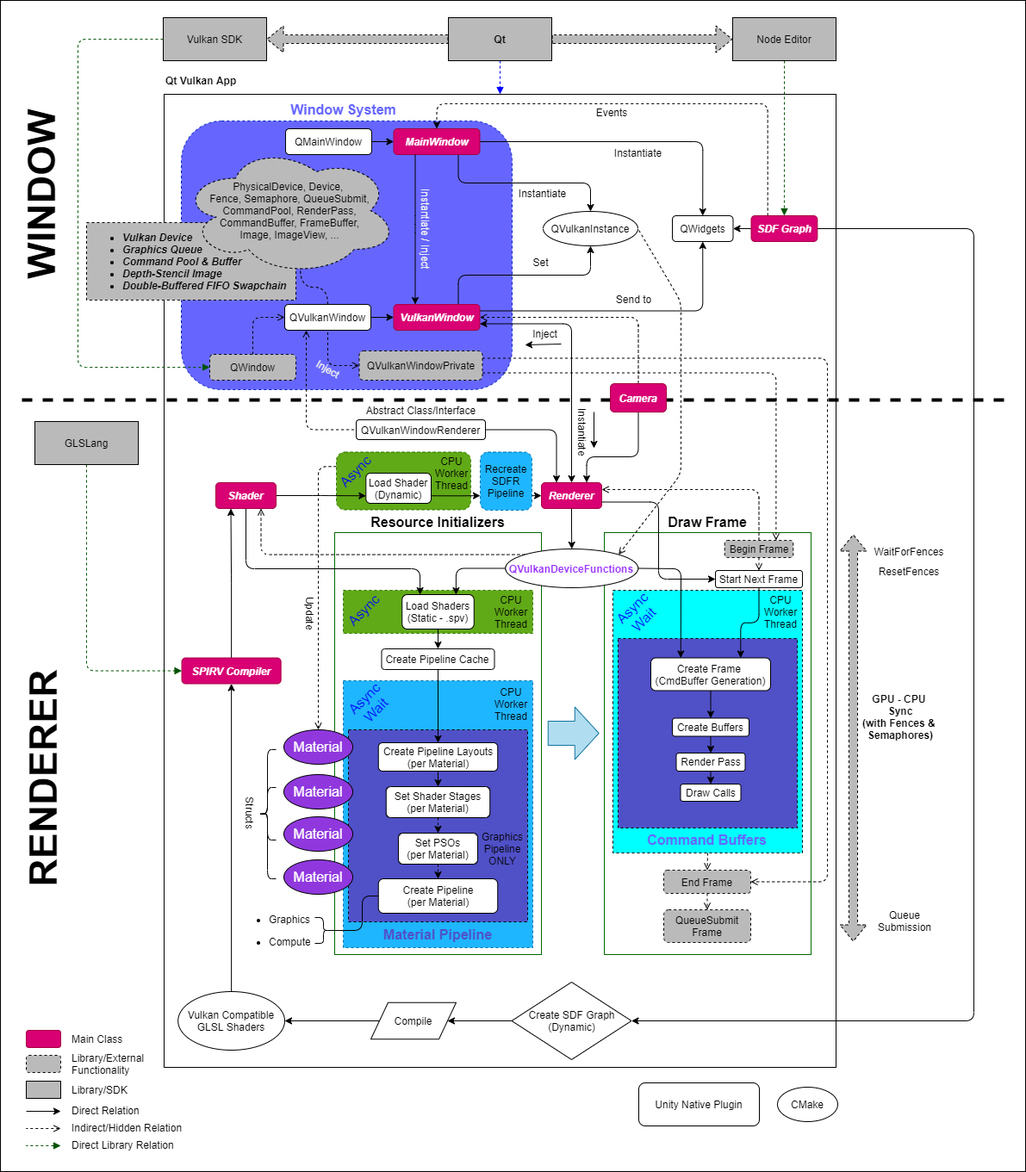
Before: docs/design/high-level-architecture.png, a diagram exported from draw.io (hiradyazdan/sdf-ray4d-engine). Source tidied: cells renumbered, new cells last; positions are measured from the earlier drawing's top-left corner, leaving out a move shared by most shapes.
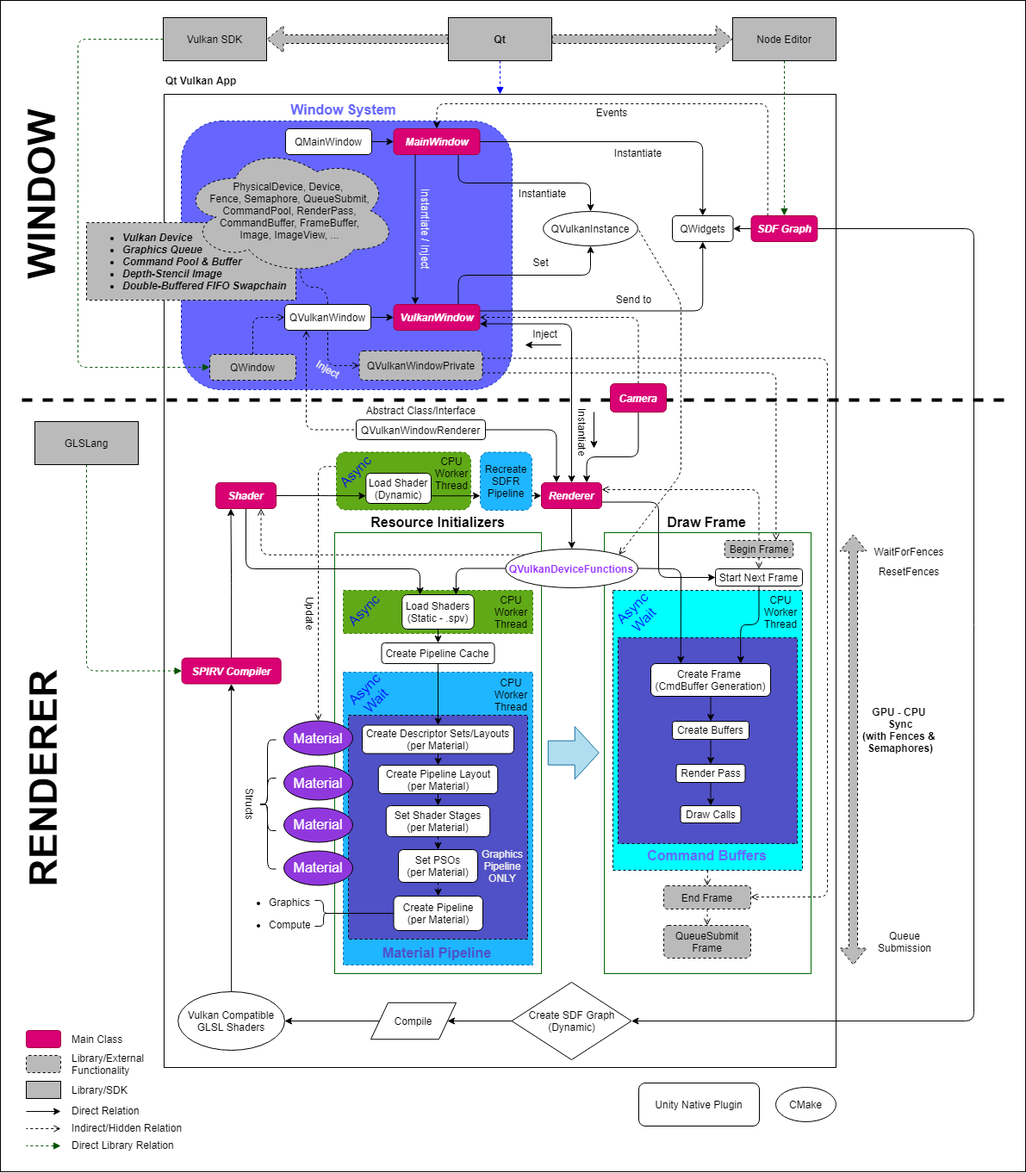
Above is the later version.

Change to the diagram source:
```diff
@@ -14,3 +14,3 @@
     <mxCell id="5" style="rounded=0;whiteSpace=wrap;html=1;fontSize=16;fontColor=#FFFFFF;strokeColor=#006900;" parent="1" vertex="1">
-      <mxGeometry x="783" y="618" width="240" height="490" as="geometry" />
+      <mxGeometry x="783" y="618" width="240" height="512" as="geometry" />
     </mxCell>
@@ -20,15 +20,15 @@
     <mxCell id="7" style="whiteSpace=wrap;html=1;dashed=1;fillColor=#00FFFF;rounded=0;glass=0;sketch=0;shadow=0;" parent="1" vertex="1">
-      <mxGeometry x="793" y="685" width="220" height="305" as="geometry" />
+      <mxGeometry x="793" y="685" width="220" height="325" as="geometry" />
     </mxCell>
     <mxCell id="8" style="whiteSpace=wrap;html=1;dashed=1;fillColor=#5050C7;" parent="1" vertex="1">
-      <mxGeometry x="799" y="741" width="208" height="220" as="geometry" />
+      <mxGeometry x="799" y="740" width="208" height="239" as="geometry" />
     </mxCell>
     <mxCell id="9" style="rounded=0;whiteSpace=wrap;html=1;fontSize=16;fontColor=#FFFFFF;strokeColor=#006900;" parent="1" vertex="1">
-      <mxGeometry x="470" y="618" width="240" height="490" as="geometry" />
+      <mxGeometry x="470" y="618" width="240" height="512" as="geometry" />
     </mxCell>
     <mxCell id="10" style="rounded=0;whiteSpace=wrap;html=1;dashed=1;strokeColor=#006EAF;fontColor=#ffffff;fillColor=#1EB6FF;" parent="1" vertex="1">
-      <mxGeometry x="480" y="790" width="220" height="310" as="geometry" />
+      <mxGeometry x="480" y="780" width="220" height="340" as="geometry" />
     </mxCell>
     <mxCell id="11" style="whiteSpace=wrap;html=1;dashed=1;fillColor=#5050C7;" parent="1" vertex="1">
-      <mxGeometry x="486" y="847" width="208" height="223" as="geometry" />
+      <mxGeometry x="486" y="830" width="208" height="260" as="geometry" />
     </mxCell>
@@ -52,3 +52,3 @@
     <mxCell id="16" value="CMake" style="ellipse;whiteSpace=wrap;html=1;" parent="1" vertex="1">
-      <mxGeometry x="984" y="1262" width="70" height="40" as="geometry" />
+      <mxGeometry x="982" y="1262" width="70" height="40" as="geometry" />
     </mxCell>
@@ -182,3 +182,3 @@
     </mxCell>
-    <mxCell id="52" style="edgeStyle=orthogonalEdgeStyle;rounded=1;jettySize=auto;html=1;exitX=0.5;exitY=1;exitDx=0;exitDy=0;entryX=0.5;entryY=0;entryDx=0;entryDy=0;" parent="1" edge="1" source="68" target="70">
+    <mxCell id="52" style="edgeStyle=orthogonalEdgeStyle;rounded=1;jettySize=auto;html=1;exitX=0.5;exitY=1;exitDx=0;exitDy=0;entryX=0.5;entryY=0;entryDx=0;entryDy=0;" parent="1" edge="1" source="68" target="170">
       <mxGeometry x="140" y="48" as="geometry" />
@@ -190,4 +190,4 @@
       <mxGeometry relative="1" as="geometry">
-        <mxPoint x="717.2" y="851" as="sourcePoint" />
-        <mxPoint x="777.2" y="851" as="targetPoint" />
+        <mxPoint x="717.2" y="873.7" as="sourcePoint" />
+        <mxPoint x="777.2" y="873.7" as="targetPoint" />
       </mxGeometry>
@@ -195,3 +195,3 @@
     <mxCell id="55" value="&lt;font color=&quot;#6666ff&quot;&gt;Command Buffers&lt;/font&gt;" style="text;html=1;strokeColor=none;fillColor=none;align=center;verticalAlign=middle;whiteSpace=wrap;rounded=0;rotation=0;fontStyle=1;fontSize=16;" parent="1" vertex="1">
-      <mxGeometry x="832.2" y="965" width="141.5" height="20" as="geometry" />
+      <mxGeometry x="832.2" y="983" width="141.5" height="20" as="geometry" />
     </mxCell>
@@ -204,3 +204,3 @@
     <mxCell id="58" value="Create Frame &lt;br&gt;(CmdBuffer Generation)" style="rounded=1;whiteSpace=wrap;html=1;" parent="1" vertex="1">
-      <mxGeometry x="837" y="763.5" width="139" height="38" as="geometry" />
+      <mxGeometry x="837" y="770" width="139" height="38" as="geometry" />
     </mxCell>
@@ -210,3 +210,3 @@
     <mxCell id="60" value="Draw Calls" style="rounded=1;whiteSpace=wrap;html=1;" parent="1" vertex="1">
-      <mxGeometry x="871.5" y="910" width="70" height="20" as="geometry" />
+      <mxGeometry x="871.5" y="935" width="70" height="20" as="geometry" />
     </mxCell>
@@ -216,3 +216,3 @@
     <mxCell id="62" value="Render Pass" style="rounded=1;whiteSpace=wrap;html=1;" parent="1" vertex="1">
-      <mxGeometry x="866.5" y="874" width="80" height="21" as="geometry" />
+      <mxGeometry x="866.5" y="887" width="80" height="21" as="geometry" />
     </mxCell>
@@ -222,15 +222,15 @@
     <mxCell id="64" value="Create Buffers" style="rounded=1;whiteSpace=wrap;html=1;" parent="1" vertex="1">
-      <mxGeometry x="862" y="833.5" width="89" height="21" as="geometry" />
+      <mxGeometry x="862" y="837" width="89" height="21" as="geometry" />
     </mxCell>
     <mxCell id="65" value="CPU&lt;br&gt;Worker Thread" style="text;html=1;strokeColor=none;fillColor=none;align=center;verticalAlign=middle;whiteSpace=wrap;rounded=0;dashed=1;dashPattern=1 1;" parent="1" vertex="1">
-      <mxGeometry x="650" y="792" width="50" height="50" as="geometry" />
+      <mxGeometry x="650" y="781" width="50" height="50" as="geometry" />
     </mxCell>
     <mxCell id="66" value="&lt;font color=&quot;#0000ff&quot;&gt;Async&lt;br&gt;Wait&lt;/font&gt;" style="text;html=1;strokeColor=none;fillColor=none;align=center;verticalAlign=middle;whiteSpace=wrap;rounded=0;dashed=1;fontSize=16;fontColor=#FFFFFF;rotation=-45;" parent="1" vertex="1">
-      <mxGeometry x="491" y="807" width="40" height="20" as="geometry" />
+      <mxGeometry x="491" y="796" width="40" height="20" as="geometry" />
     </mxCell>
     <mxCell id="67" value="Material Pipeline" style="text;html=1;strokeColor=none;fillColor=none;align=center;verticalAlign=middle;whiteSpace=wrap;rounded=0;rotation=0;fontStyle=1;fontSize=16;fontColor=#5050C7;" parent="1" vertex="1">
-      <mxGeometry x="524" y="1075" width="132" height="20" as="geometry" />
+      <mxGeometry x="522.5" y="1096" width="132" height="20" as="geometry" />
     </mxCell>
     <mxCell id="68" value="Create Pipeline Cache" style="rounded=1;whiteSpace=wrap;html=1;" parent="1" vertex="1">
-      <mxGeometry x="524.5" y="753" width="131" height="24" as="geometry" />
+      <mxGeometry x="524.5" y="746" width="131" height="24" as="geometry" />
     </mxCell>
@@ -239,19 +239,19 @@
     </mxCell>
-    <mxCell id="70" value="Create Pipeline Layouts&lt;br&gt;(per Material)" style="rounded=1;whiteSpace=wrap;html=1;" parent="1" vertex="1">
-      <mxGeometry x="520.8" y="862" width="138.5" height="33" as="geometry" />
+    <mxCell id="70" value="Create Pipeline Layout&lt;br&gt;(per Material)" style="rounded=1;whiteSpace=wrap;html=1;" parent="1" vertex="1">
+      <mxGeometry x="520.8" y="888" width="138.5" height="33" as="geometry" />
     </mxCell>
     <mxCell id="71" value="Create Pipeline&lt;br&gt;(per Material)" style="rounded=1;whiteSpace=wrap;html=1;" parent="1" vertex="1">
-      <mxGeometry x="520.8" y="1020" width="138.5" height="40" as="geometry" />
+      <mxGeometry x="538.5" y="1040" width="103.5" height="40" as="geometry" />
     </mxCell>
     <mxCell id="72" value="Material" style="ellipse;whiteSpace=wrap;html=1;fontSize=16;fontColor=#FFFFFF;fillColor=#9038DE;" parent="1" vertex="1">
-      <mxGeometry x="411" y="847" width="80" height="40" as="geometry" />
+      <mxGeometry x="411" y="836.5" width="80" height="40" as="geometry" />
     </mxCell>
     <mxCell id="73" value="Material" style="ellipse;whiteSpace=wrap;html=1;fontSize=16;fontColor=#FFFFFF;fillColor=#9038DE;" parent="1" vertex="1">
-      <mxGeometry x="411" y="899" width="80" height="40" as="geometry" />
+      <mxGeometry x="411" y="888.5" width="80" height="40" as="geometry" />
     </mxCell>
     <mxCell id="74" value="Material" style="ellipse;whiteSpace=wrap;html=1;fontSize=16;fontColor=#FFFFFF;fillColor=#9038DE;" parent="1" vertex="1">
-      <mxGeometry x="411" y="948" width="80" height="40" as="geometry" />
+      <mxGeometry x="411" y="937.5" width="80" height="40" as="geometry" />
     </mxCell>
     <mxCell id="75" value="Material" style="ellipse;whiteSpace=wrap;html=1;fontSize=16;fontColor=#FFFFFF;fillColor=#9038DE;" parent="1" vertex="1">
-      <mxGeometry x="411" y="998" width="80" height="40" as="geometry" />
+      <mxGeometry x="411" y="987.5" width="80" height="40" as="geometry" />
     </mxCell>
@@ -289,3 +289,4 @@
           <mxPoint x="1042" y="416" />
-          <mxPoint x="1042" y="1023" />
+          <mxPoint x="1042" y="1041" />
+          <mxPoint x="953" y="1041" />
         </Array>
@@ -300,3 +301,3 @@
     <mxCell id="87" value="Start Next Frame" style="rounded=1;whiteSpace=wrap;html=1;" parent="1" vertex="1">
-      <mxGeometry x="912" y="662" width="101" height="20" as="geometry" />
+      <mxGeometry x="912" y="660" width="101" height="20" as="geometry" />
     </mxCell>
@@ -323,3 +324,3 @@
     <mxCell id="93" value="End Frame" style="rounded=1;whiteSpace=wrap;html=1;dashed=1;fillColor=#BABABA;" parent="1" vertex="1">
-      <mxGeometry x="852" y="1010" width="101" height="27" as="geometry" />
+      <mxGeometry x="852" y="1028" width="101" height="27" as="geometry" />
     </mxCell>
@@ -329,3 +330,3 @@
     <mxCell id="95" value="QueueSubmit Frame" style="rounded=1;whiteSpace=wrap;html=1;dashed=1;fillColor=#BABABA;" parent="1" vertex="1">
-      <mxGeometry x="852" y="1056" width="101" height="38" as="geometry" />
+      <mxGeometry x="852" y="1074" width="101" height="38" as="geometry" />
     </mxCell>
@@ -333,3 +334,3 @@
       <mxGeometry relative="1" as="geometry">
-        <mxPoint x="1072" y="1093" as="sourcePoint" />
+        <mxPoint x="1072" y="1120" as="sourcePoint" />
         <mxPoint x="1072" y="620" as="targetPoint" />
@@ -338,3 +339,3 @@
     <mxCell id="97" value="&lt;b&gt;GPU - CPU&amp;nbsp;&lt;br&gt;&lt;/b&gt;&lt;b&gt;Sync&lt;br&gt;(with Fences &amp;amp; &lt;br&gt;Semaphores)&lt;/b&gt;" style="text;html=1;strokeColor=none;fillColor=none;align=center;verticalAlign=middle;whiteSpace=wrap;rounded=0;dashed=1;rotation=0;" parent="1" vertex="1">
-      <mxGeometry x="1082" y="800" width="90" height="63.5" as="geometry" />
+      <mxGeometry x="1082" y="815.8" width="90" height="63.5" as="geometry" />
     </mxCell>
@@ -347,3 +348,3 @@
     <mxCell id="100" value="Queue Submission" style="text;html=1;strokeColor=none;fillColor=none;align=center;verticalAlign=middle;whiteSpace=wrap;rounded=0;dashed=1;" parent="1" vertex="1">
-      <mxGeometry x="1092" y="1059" width="80" height="20" as="geometry" />
+      <mxGeometry x="1092" y="1083" width="80" height="20" as="geometry" />
     </mxCell>
@@ -353,3 +354,3 @@
     <mxCell id="102" value="Set Shader Stages&lt;br&gt;(per Material)" style="rounded=1;whiteSpace=wrap;html=1;" parent="1" vertex="1">
-      <mxGeometry x="529.8" y="913" width="120.5" height="36" as="geometry" />
+      <mxGeometry x="529.8" y="935" width="120.5" height="36" as="geometry" />
     </mxCell>
@@ -416,3 +417,3 @@
     <mxCell id="122" value="Set PSOs&lt;br&gt;(per Material)" style="rounded=1;whiteSpace=wrap;html=1;" parent="1" vertex="1">
-      <mxGeometry x="544" y="967" width="92" height="36" as="geometry" />
+      <mxGeometry x="544" y="986" width="92" height="38" as="geometry" />
     </mxCell>
@@ -447,5 +448,5 @@
     </mxCell>
-    <mxCell id="130" style="endArrow=classic;html=1;exitX=0.975;exitY=-0.1;exitDx=0;exitDy=0;exitPerimeter=0;entryX=-0.075;entryY=-0.05;entryDx=0;entryDy=0;entryPerimeter=0;" parent="1" edge="1">
+    <mxCell id="130" style="endArrow=classic;html=1;" parent="1" edge="1">
       <mxGeometry x="562" y="261" as="geometry">
-        <mxPoint x="733" y="399" as="sourcePoint" />
+        <mxPoint x="733" y="400" as="sourcePoint" />
         <mxPoint x="691" y="400" as="targetPoint" />
@@ -453,10 +454,4 @@
     </mxCell>
-    <mxCell id="131" style="shape=curlyBracket;whiteSpace=wrap;html=1;rounded=1;fillColor=#9038DE;" parent="1" vertex="1">
-      <mxGeometry x="382" y="914" width="20" height="61" as="geometry" />
-    </mxCell>
-    <mxCell id="132" style="shape=curlyBracket;whiteSpace=wrap;html=1;rounded=1;fillColor=#9038DE;" parent="1" vertex="1">
-      <mxGeometry x="382" y="870" width="20" height="150" as="geometry" />
-    </mxCell>
     <mxCell id="133" value="Structs" style="text;html=1;strokeColor=none;fillColor=none;align=center;verticalAlign=middle;whiteSpace=wrap;rounded=0;rotation=90;" parent="1" vertex="1">
-      <mxGeometry x="352" y="934" width="40" height="20" as="geometry" />
+      <mxGeometry x="352" y="923.5" width="40" height="20" as="geometry" />
     </mxCell>
@@ -501,7 +496,6 @@
     </mxCell>
-    <mxCell id="142" style="edgeStyle=orthogonalEdgeStyle;rounded=1;jettySize=auto;html=1;exitX=0.1;exitY=0.5;exitDx=0;exitDy=0;exitPerimeter=0;endArrow=none;endFill=0;startArrow=none;startFill=0;" parent="1" edge="1" source="144" target="71">
+    <mxCell id="142" style="edgeStyle=orthogonalEdgeStyle;rounded=1;jettySize=auto;html=1;exitX=0.1;exitY=0.5;exitDx=0;exitDy=0;exitPerimeter=0;endArrow=none;endFill=0;startArrow=none;startFill=0;entryX=0;entryY=0.5;entryDx=0;entryDy=0;" parent="1" edge="1" source="144" target="71">
       <mxGeometry relative="1" as="geometry">
         <Array as="points">
-          <mxPoint x="502" y="1080" />
-          <mxPoint x="502" y="1040" />
+          <mxPoint x="465" y="1060" />
         </Array>
@@ -510,3 +504,3 @@
     <mxCell id="143" style="group;" parent="1" vertex="1">
-      <mxGeometry x="352" y="1040" width="115" height="80" as="geometry" />
+      <mxGeometry x="352" y="1020" width="115" height="80" as="geometry" />
     </mxCell>
@@ -593,5 +587,20 @@
     </mxCell>
-    <mxCell id="168" value="Graphics&lt;br&gt;Pipeline&lt;br&gt;ONLY" style="text;html=1;strokeColor=none;fillColor=none;align=center;verticalAlign=middle;whiteSpace=wrap;rounded=0;" parent="1" vertex="1">
-      <mxGeometry x="645" y="975" width="40" height="20" as="geometry" />
+    <mxCell id="168" value="Graphics&lt;br&gt;Pipeline&lt;br&gt;ONLY" style="text;html=1;strokeColor=none;fillColor=none;align=center;verticalAlign=middle;whiteSpace=wrap;rounded=0;fontColor=#F0F0F0;" parent="1" vertex="1">
+      <mxGeometry x="640" y="982.5" width="50" height="45" as="geometry" />
     </mxCell>
+    <mxCell id="169" style="edgeStyle=orthogonalEdgeStyle;rounded=0;jettySize=auto;html=1;exitX=0.5;exitY=1;exitDx=0;exitDy=0;entryX=0.5;entryY=0;entryDx=0;entryDy=0;fontColor=#F0F0F0;" parent="1" edge="1" source="170" target="70">
+      <mxGeometry relative="1" as="geometry" />
+    </mxCell>
+    <mxCell id="170" value="Create Descriptor Sets/Layouts&lt;br&gt;(per Material)" style="rounded=1;whiteSpace=wrap;html=1;" parent="1" vertex="1">
+      <mxGeometry x="502" y="841.5" width="176" height="33" as="geometry" />
+    </mxCell>
+    <mxCell id="171" style="group;" parent="1" vertex="1">
+      <mxGeometry x="382" y="858.5" width="20" height="150" as="geometry" />
+    </mxCell>
+    <mxCell id="132" style="shape=curlyBracket;whiteSpace=wrap;html=1;rounded=1;fillColor=#9038DE;" parent="171" vertex="1">
+      <mxGeometry width="20" height="150" as="geometry" />
+    </mxCell>
+    <mxCell id="131" style="shape=curlyBracket;whiteSpace=wrap;html=1;rounded=1;fillColor=#9038DE;" parent="171" vertex="1">
+      <mxGeometry y="44.5" width="20" height="61" as="geometry" />
+    </mxCell>
   </root>
```
